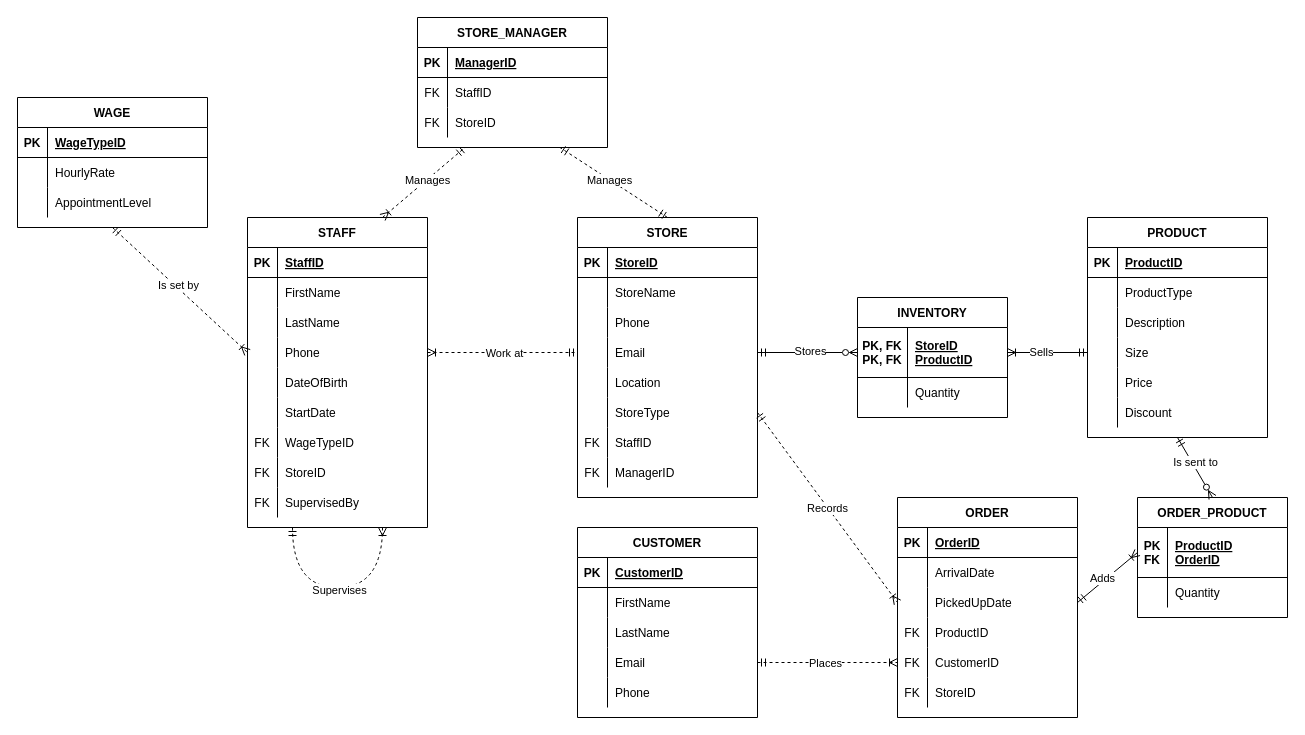
This is FashionERD.drawio from keibee-yod-bst/2814ICT, a draw.io file, before an edit. Source tidied: cells renumbered, new cells numbered last; positions are measured from the earlier drawing's top-left corner, leaving out a move shared by most shapes. Both pictures are drawn from the tidied source at 100%, with x=0, y=0 at pixel (17, 17).
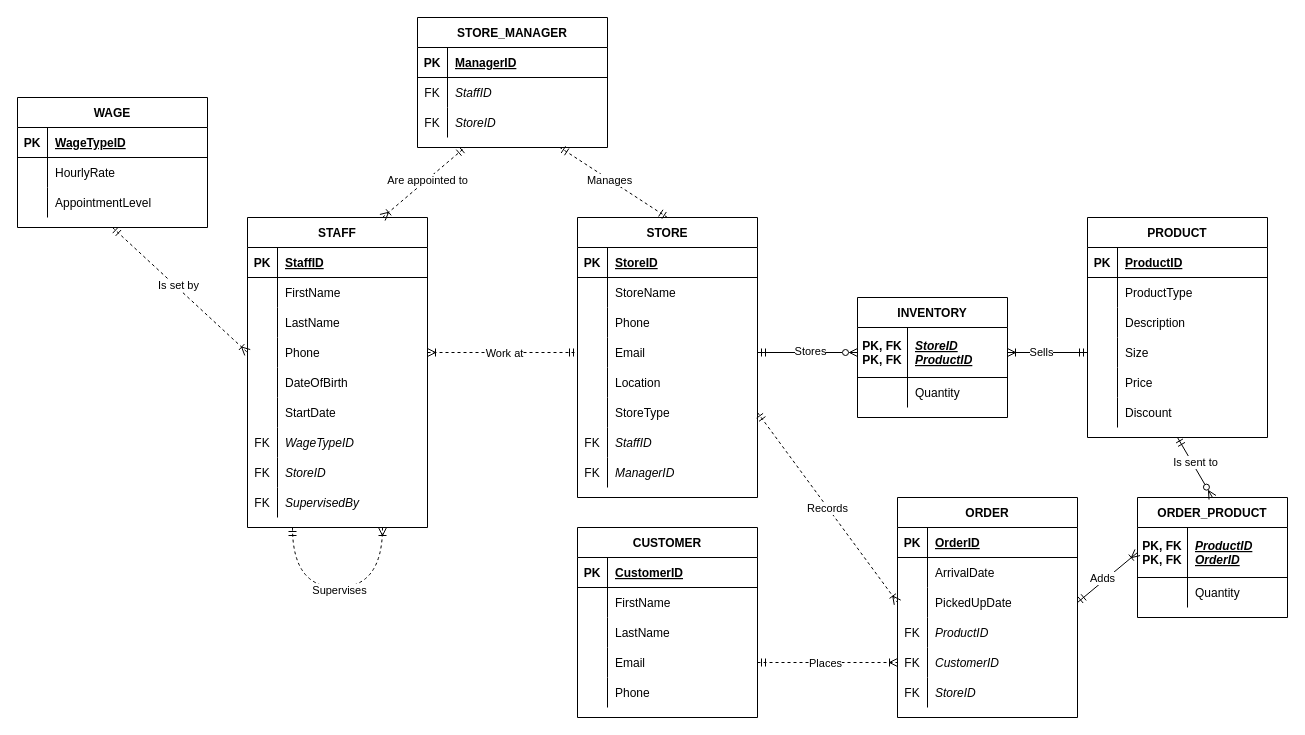
Above is the later version.

Unchanged cells that the change refers to:
```xml
<mxCell id="21" style="shape=partialRectangle;fillColor=none;top=0;left=0;right=0;bottom=0;" parent="2" vertex="1">
  <mxGeometry y="210" width="180" height="30" as="geometry" />
</mxCell>
<mxCell id="24" style="shape=partialRectangle;fillColor=none;top=0;left=0;right=0;bottom=0;" parent="2" vertex="1">
  <mxGeometry y="240" width="180" height="30" as="geometry" />
</mxCell>
<mxCell id="46" style="shape=partialRectangle;fillColor=none;top=0;left=0;right=0;bottom=0;" parent="27" vertex="1">
  <mxGeometry y="210" width="180" height="30" as="geometry" />
</mxCell>
<mxCell id="49" style="shape=partialRectangle;fillColor=none;top=0;left=0;right=0;bottom=0;" parent="27" vertex="1">
  <mxGeometry y="240" width="180" height="30" as="geometry" />
</mxCell>
<mxCell id="52" style="shape=partialRectangle;fillColor=none;top=0;left=0;right=0;bottom=0;" parent="27" vertex="1">
  <mxGeometry y="270" width="180" height="30" as="geometry" />
</mxCell>
<mxCell id="104" style="shape=partialRectangle;fillColor=none;top=0;left=0;right=0;bottom=0;" parent="94" vertex="1">
  <mxGeometry y="120" width="180" height="30" as="geometry" />
</mxCell>
<mxCell id="107" style="shape=partialRectangle;fillColor=none;points=[[0,0.5],[1,0.5]];portConstraint=eastwest;top=0;left=0;right=0;bottom=0;" parent="94" vertex="1">
  <mxGeometry y="150" width="180" height="30" as="geometry" />
</mxCell>
<mxCell id="110" style="shape=partialRectangle;fillColor=none;top=0;left=0;right=0;bottom=0;" parent="94" vertex="1">
  <mxGeometry y="180" width="180" height="30" as="geometry" />
</mxCell>
<mxCell id="136" style="shape=partialRectangle;fillColor=none;points=[[0,0.5],[1,0.5]];portConstraint=eastwest;top=0;left=0;right=0;bottom=1;" parent="135" vertex="1">
  <mxGeometry y="30" width="150" height="50" as="geometry" />
</mxCell>
<mxCell id="145" style="shape=partialRectangle;fillColor=none;points=[[0,0.5],[1,0.5]];portConstraint=eastwest;top=0;left=0;right=0;bottom=1;" parent="144" vertex="1">
  <mxGeometry y="30" width="150" height="50" as="geometry" />
</mxCell>
<mxCell id="148" style="shape=partialRectangle;fillColor=none;top=0;left=0;right=0;bottom=0;" parent="144" vertex="1">
  <mxGeometry y="80" width="150" height="30" as="geometry" />
</mxCell>
<mxCell id="157" style="shape=partialRectangle;fillColor=none;top=0;left=0;right=0;bottom=0;" parent="153" vertex="1">
  <mxGeometry y="60" width="190" height="30" as="geometry" />
</mxCell>
<mxCell id="160" style="shape=partialRectangle;fillColor=none;top=0;left=0;right=0;bottom=0;" parent="153" vertex="1">
  <mxGeometry y="90" width="190" height="30" as="geometry" />
</mxCell>
<mxCell id="163" style="endArrow=ERmandOne;html=1;rounded=0;entryX=0.25;entryY=1;entryDx=0;entryDy=0;exitX=0.75;exitY=0;exitDx=0;exitDy=0;startArrow=ERoneToMany;startFill=0;endFill=0;dashed=1;" parent="1" edge="1" source="27" target="153">
  <mxGeometry relative="1" as="geometry" />
</mxCell>
```

The edit, as a diff of the source:
```diff
@@
-    <mxCell id="23" value="StaffID" style="shape=partialRectangle;overflow=hidden;fillColor=none;top=0;left=0;bottom=0;right=0;align=left;spacingLeft=6;" parent="21" vertex="1">
+    <mxCell id="23" value="StaffID" style="shape=partialRectangle;overflow=hidden;fillColor=none;top=0;left=0;bottom=0;right=0;align=left;spacingLeft=6;fontStyle=2;" parent="21" vertex="1">
       <mxGeometry x="30" width="150" height="30" as="geometry" />
     </mxCell>
@@
-    <mxCell id="26" value="ManagerID" style="shape=partialRectangle;overflow=hidden;fillColor=none;top=0;left=0;bottom=0;right=0;align=left;spacingLeft=6;" parent="24" vertex="1">
+    <mxCell id="26" value="ManagerID" style="shape=partialRectangle;overflow=hidden;fillColor=none;top=0;left=0;bottom=0;right=0;align=left;spacingLeft=6;fontStyle=2;" parent="24" vertex="1">
       <mxGeometry x="30" width="150" height="30" as="geometry" />
     </mxCell>
@@
-    <mxCell id="48" value="WageTypeID" style="shape=partialRectangle;overflow=hidden;fillColor=none;top=0;left=0;bottom=0;right=0;align=left;spacingLeft=6;" parent="46" vertex="1">
+    <mxCell id="48" value="WageTypeID" style="shape=partialRectangle;overflow=hidden;fillColor=none;top=0;left=0;bottom=0;right=0;align=left;spacingLeft=6;fontStyle=2;" parent="46" vertex="1">
       <mxGeometry x="30" width="150" height="30" as="geometry" />
     </mxCell>
@@
-    <mxCell id="51" value="StoreID" style="shape=partialRectangle;overflow=hidden;fillColor=none;top=0;left=0;bottom=0;right=0;align=left;spacingLeft=6;" parent="49" vertex="1">
+    <mxCell id="51" value="StoreID" style="shape=partialRectangle;overflow=hidden;fillColor=none;top=0;left=0;bottom=0;right=0;align=left;spacingLeft=6;fontStyle=2;" parent="49" vertex="1">
       <mxGeometry x="30" width="150" height="30" as="geometry" />
     </mxCell>
@@
-    <mxCell id="54" value="SupervisedBy" style="shape=partialRectangle;overflow=hidden;fillColor=none;top=0;left=0;bottom=0;right=0;align=left;spacingLeft=6;" parent="52" vertex="1">
+    <mxCell id="54" value="SupervisedBy" style="shape=partialRectangle;overflow=hidden;fillColor=none;top=0;left=0;bottom=0;right=0;align=left;spacingLeft=6;fontStyle=2;" parent="52" vertex="1">
       <mxGeometry x="30" width="150" height="30" as="geometry" />
     </mxCell>
@@
-    <mxCell id="106" value="ProductID" style="shape=partialRectangle;overflow=hidden;fillColor=none;top=0;left=0;bottom=0;right=0;align=left;spacingLeft=6;" parent="104" vertex="1">
+    <mxCell id="106" value="ProductID" style="shape=partialRectangle;overflow=hidden;fillColor=none;top=0;left=0;bottom=0;right=0;align=left;spacingLeft=6;fontStyle=2;" parent="104" vertex="1">
       <mxGeometry x="30" width="150" height="30" as="geometry" />
     </mxCell>
@@
-    <mxCell id="109" value="CustomerID" style="shape=partialRectangle;overflow=hidden;fillColor=none;top=0;left=0;bottom=0;right=0;align=left;spacingLeft=6;" parent="107" vertex="1">
+    <mxCell id="109" value="CustomerID" style="shape=partialRectangle;overflow=hidden;fillColor=none;top=0;left=0;bottom=0;right=0;align=left;spacingLeft=6;fontStyle=2;" parent="107" vertex="1">
       <mxGeometry x="30" width="150" height="30" as="geometry" />
     </mxCell>
@@
-    <mxCell id="112" value="StoreID" style="shape=partialRectangle;overflow=hidden;fillColor=none;top=0;left=0;bottom=0;right=0;align=left;spacingLeft=6;" parent="110" vertex="1">
+    <mxCell id="112" value="StoreID" style="shape=partialRectangle;overflow=hidden;fillColor=none;top=0;left=0;bottom=0;right=0;align=left;spacingLeft=6;fontStyle=2;" parent="110" vertex="1">
       <mxGeometry x="30" width="150" height="30" as="geometry" />
     </mxCell>
@@
-    <mxCell id="138" value="StoreID&#10;ProductID" style="shape=partialRectangle;overflow=hidden;fillColor=none;top=0;left=0;bottom=0;right=0;align=left;spacingLeft=6;fontStyle=5;" parent="136" vertex="1">
+    <mxCell id="138" value="StoreID&#10;ProductID" style="shape=partialRectangle;overflow=hidden;fillColor=none;top=0;left=0;bottom=0;right=0;align=left;spacingLeft=6;fontStyle=7;" parent="136" vertex="1">
       <mxGeometry x="50" width="100" height="50" as="geometry" />
     </mxCell>
@@
-    <mxCell id="146" value="PK&#10;FK" style="shape=partialRectangle;overflow=hidden;fillColor=none;top=0;left=0;bottom=0;right=0;fontStyle=1;" parent="145" vertex="1">
-      <mxGeometry width="30" height="50" as="geometry" />
+    <mxCell id="146" value="PK, FK&#10;PK, FK" style="shape=partialRectangle;overflow=hidden;fillColor=none;top=0;left=0;bottom=0;right=0;fontStyle=1;" parent="145" vertex="1">
+      <mxGeometry width="50" height="50" as="geometry" />
     </mxCell>
-    <mxCell id="147" value="ProductID&#10;OrderID" style="shape=partialRectangle;overflow=hidden;fillColor=none;top=0;left=0;bottom=0;right=0;align=left;spacingLeft=6;fontStyle=5;" parent="145" vertex="1">
-      <mxGeometry x="30" width="120" height="50" as="geometry" />
+    <mxCell id="147" value="ProductID&#10;OrderID" style="shape=partialRectangle;overflow=hidden;fillColor=none;top=0;left=0;bottom=0;right=0;align=left;spacingLeft=6;fontStyle=7;" parent="145" vertex="1">
+      <mxGeometry x="50" width="100" height="50" as="geometry" />
     </mxCell>
@@
     <mxCell id="149" style="shape=partialRectangle;overflow=hidden;fillColor=none;top=0;left=0;bottom=0;right=0;" parent="148" vertex="1">
-      <mxGeometry width="30" height="30" as="geometry" />
+      <mxGeometry width="50" height="30" as="geometry" />
     </mxCell>
     <mxCell id="150" value="Quantity" style="shape=partialRectangle;overflow=hidden;fillColor=none;top=0;left=0;bottom=0;right=0;align=left;spacingLeft=6;" parent="148" vertex="1">
-      <mxGeometry x="30" width="120" height="30" as="geometry" />
+      <mxGeometry x="50" width="100" height="30" as="geometry" />
     </mxCell>
@@
-    <mxCell id="159" value="StaffID" style="shape=partialRectangle;overflow=hidden;fillColor=none;top=0;left=0;bottom=0;right=0;align=left;spacingLeft=6;" parent="157" vertex="1">
+    <mxCell id="159" value="StaffID" style="shape=partialRectangle;overflow=hidden;fillColor=none;top=0;left=0;bottom=0;right=0;align=left;spacingLeft=6;fontStyle=2;" parent="157" vertex="1">
       <mxGeometry x="30" width="160" height="30" as="geometry" />
     </mxCell>
@@
-    <mxCell id="162" value="StoreID" style="shape=partialRectangle;overflow=hidden;fillColor=none;top=0;left=0;bottom=0;right=0;align=left;spacingLeft=6;" parent="160" vertex="1">
+    <mxCell id="162" value="StoreID" style="shape=partialRectangle;overflow=hidden;fillColor=none;top=0;left=0;bottom=0;right=0;align=left;spacingLeft=6;fontStyle=2;" parent="160" vertex="1">
       <mxGeometry x="30" width="160" height="30" as="geometry" />
     </mxCell>
@@
-    <mxCell id="164" value="Manages" style="edgeLabel;html=1;align=center;verticalAlign=middle;" parent="163" vertex="1">
+    <mxCell id="164" value="Are appointed to" style="edgeLabel;html=1;align=center;verticalAlign=middle;" parent="163" vertex="1">
       <mxGeometry x="0.09" relative="1" as="geometry">
         <mxPoint y="1" as="offset" />
       </mxGeometry>
     </mxCell>
```
